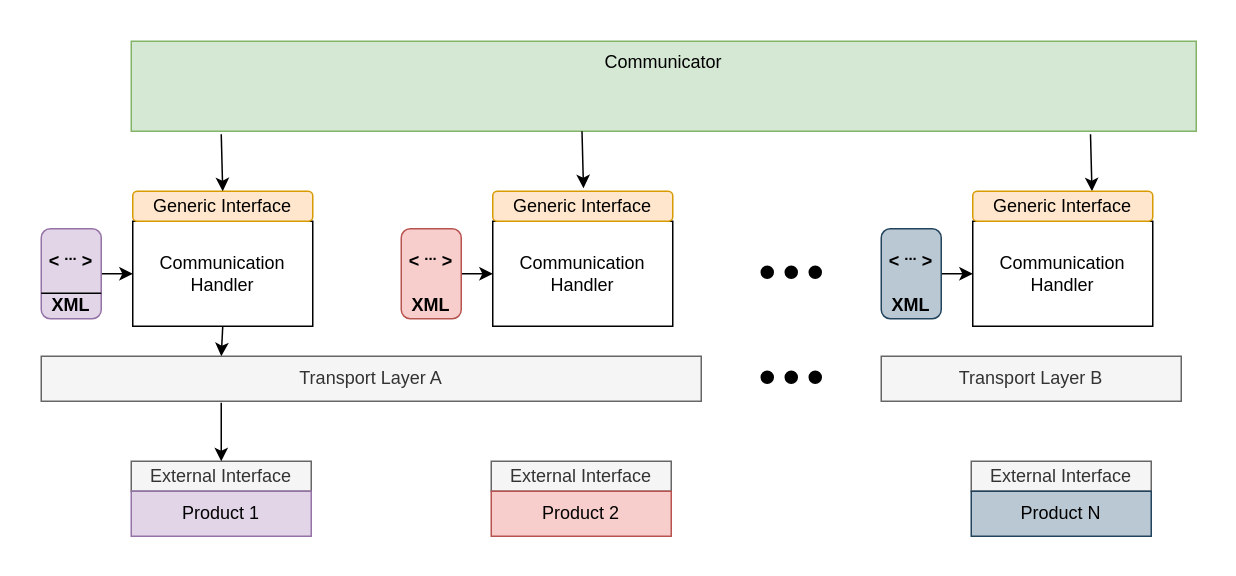
This is SGr-Architecture-Overview.drawio from SmartgridReady/SGrJavaSamples, a draw.io file, before an edit. Source tidied: cells renumbered, new cells numbered last; positions are measured from the earlier drawing's top-left corner, leaving out a move shared by most shapes. Both pictures are drawn from the tidied source at 150%, with x=0, y=0 at pixel (40, 40).
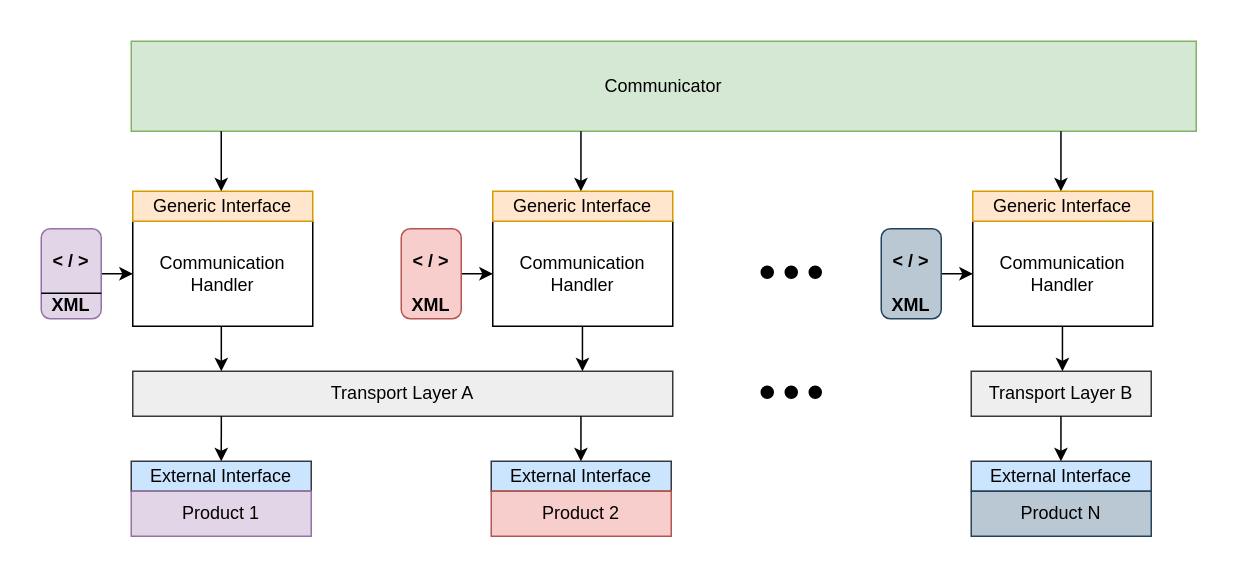
Above is the later version.

Commit message (it also covers changes not shown here):
Readme und Overview

The change refers to these unchanged cells:
```xml
<mxCell id="3" value="Communication Handler&lt;br&gt;" style="rounded=0;whiteSpace=wrap;html=1;" parent="1" vertex="1">
  <mxGeometry x="61" y="120" width="120" height="70" as="geometry" />
</mxCell>
```

What changed in the source:
```diff
@@
+    <mxCell id="37" style="rounded=0;whiteSpace=wrap;html=1;strokeColor=none;" parent="1" vertex="1">
+      <mxGeometry x="-10" y="-10" width="790" height="350" as="geometry" />
+    </mxCell>
-    <mxCell id="2" value="Communicator" style="rounded=0;whiteSpace=wrap;html=1;fillColor=#d5e8d4;strokeColor=#82b366;align=center;verticalAlign=top;" parent="1" vertex="1">
+    <mxCell id="2" value="Communicator" style="rounded=0;whiteSpace=wrap;html=1;fillColor=#d5e8d4;strokeColor=#82b366;align=center;verticalAlign=middle;" parent="1" vertex="1">
       <mxGeometry x="60" width="710" height="60" as="geometry" />
     </mxCell>
@@
-    <mxCell id="4" value="Generic Interface" style="rounded=1;whiteSpace=wrap;html=1;fillColor=#ffe6cc;strokeColor=#d79b00;" parent="1" vertex="1">
+    <mxCell id="4" value="Generic Interface" style="rounded=0;whiteSpace=wrap;html=1;fillColor=#ffe6cc;strokeColor=#d79b00;" parent="1" vertex="1">
       <mxGeometry x="61" y="100" width="120" height="20" as="geometry" />
     </mxCell>
-    <mxCell id="5" value="External Interface" style="rounded=0;whiteSpace=wrap;html=1;fillColor=#f5f5f5;strokeColor=#666666;fontColor=#333333;" parent="1" vertex="1">
+    <mxCell id="5" value="External Interface" style="rounded=0;whiteSpace=wrap;html=1;fillColor=#cce5ff;strokeColor=#36393d;" parent="1" vertex="1">
       <mxGeometry x="60" y="280" width="120" height="20" as="geometry" />
     </mxCell>
-    <mxCell id="6" value="Transport Layer A" style="rounded=0;whiteSpace=wrap;html=1;fillColor=#f5f5f5;strokeColor=#666666;fontColor=#333333;" parent="1" vertex="1">
-      <mxGeometry y="210" width="440" height="30" as="geometry" />
+    <mxCell id="6" value="Transport Layer A" style="rounded=0;whiteSpace=wrap;html=1;fillColor=#eeeeee;strokeColor=#36393d;" parent="1" vertex="1">
+      <mxGeometry x="61" y="220" width="360" height="30" as="geometry" />
     </mxCell>
@@
-    <mxCell id="8" style="endArrow=classic;html=1;entryX=0.5;entryY=0;entryDx=0;entryDy=0;startArrow=none;startFill=0;" parent="1" edge="1" target="4">
+    <mxCell id="8" style="endArrow=classic;html=1;startArrow=none;startFill=0;" parent="1" edge="1">
       <mxGeometry relative="1" as="geometry">
-        <mxPoint x="120" y="62" as="sourcePoint" />
+        <mxPoint x="120" y="60" as="sourcePoint" />
+        <mxPoint x="120" y="100" as="targetPoint" />
       </mxGeometry>
     </mxCell>
-    <mxCell id="9" style="endArrow=classic;startArrow=none;html=1;startFill=0;exitX=0.5;exitY=1;exitDx=0;exitDy=0;" parent="1" edge="1" source="3">
-      <mxGeometry relative="1" as="geometry">
-        <mxPoint x="120" y="210" as="targetPoint" />
-      </mxGeometry>
-    </mxCell>
@@
-    <mxCell id="11" value="Generic Interface" style="rounded=1;whiteSpace=wrap;html=1;fillColor=#ffe6cc;strokeColor=#d79b00;" parent="1" vertex="1">
+    <mxCell id="11" value="Generic Interface" style="rounded=0;whiteSpace=wrap;html=1;fillColor=#ffe6cc;strokeColor=#d79b00;" parent="1" vertex="1">
       <mxGeometry x="301" y="100" width="120" height="20" as="geometry" />
     </mxCell>
-    <mxCell id="12" value="External Interface" style="rounded=0;whiteSpace=wrap;html=1;fillColor=#f5f5f5;strokeColor=#666666;fontColor=#333333;" parent="1" vertex="1">
+    <mxCell id="12" value="External Interface" style="rounded=0;whiteSpace=wrap;html=1;fillColor=#cce5ff;strokeColor=#36393d;" parent="1" vertex="1">
       <mxGeometry x="300" y="280" width="120" height="20" as="geometry" />
     </mxCell>
@@
-    <mxCell id="14" style="endArrow=classic;html=1;entryX=0.5;entryY=0;entryDx=0;entryDy=0;startArrow=none;startFill=0;" parent="1" edge="1">
-      <mxGeometry relative="1" as="geometry">
-        <mxPoint x="360.5" y="60" as="sourcePoint" />
-        <mxPoint x="361.5" y="98" as="targetPoint" />
-      </mxGeometry>
-    </mxCell>
-    <mxCell id="15" style="endArrow=classic;html=1;entryX=0.5;entryY=0;entryDx=0;entryDy=0;startArrow=none;startFill=0;" parent="1" edge="1">
-      <mxGeometry relative="1" as="geometry">
-        <mxPoint x="699.5" y="62" as="sourcePoint" />
-        <mxPoint x="700.5" y="100" as="targetPoint" />
-      </mxGeometry>
-    </mxCell>
-    <mxCell id="16" style="endArrow=classic;startArrow=none;html=1;startFill=0;entryX=0.5;entryY=0;entryDx=0;entryDy=0;" parent="1" edge="1" target="5">
-      <mxGeometry relative="1" as="geometry">
-        <mxPoint x="120" y="241" as="sourcePoint" />
-      </mxGeometry>
-    </mxCell>
@@
-    <mxCell id="18" value="&amp;lt; &lt;sup&gt;...&lt;/sup&gt;&amp;nbsp;&amp;gt;&lt;br&gt;&lt;br&gt;XML" style="rounded=1;whiteSpace=wrap;html=1;align=center;fontStyle=1;verticalAlign=bottom;fillColor=#e1d5e7;strokeColor=#9673a6;" parent="1" vertex="1">
+    <mxCell id="18" value="&amp;lt; /&amp;nbsp;&amp;gt;&lt;br&gt;&lt;br&gt;XML" style="rounded=1;whiteSpace=wrap;html=1;align=center;fontStyle=1;verticalAlign=bottom;fillColor=#e1d5e7;strokeColor=#9673a6;" parent="1" vertex="1">
       <mxGeometry y="125" width="40" height="60" as="geometry" />
     </mxCell>
@@
-    <mxCell id="21" value="&amp;lt; &lt;sup&gt;...&lt;/sup&gt;&amp;nbsp;&amp;gt;&lt;br&gt;&lt;br&gt;XML" style="rounded=1;whiteSpace=wrap;html=1;align=center;fontStyle=1;verticalAlign=bottom;fillColor=#f8cecc;strokeColor=#b85450;" parent="1" vertex="1">
+    <mxCell id="21" value="&amp;lt; /&amp;nbsp;&amp;gt;&lt;br&gt;&lt;br&gt;XML" style="rounded=1;whiteSpace=wrap;html=1;align=center;fontStyle=1;verticalAlign=bottom;fillColor=#f8cecc;strokeColor=#b85450;" parent="1" vertex="1">
       <mxGeometry x="240" y="125" width="40" height="60" as="geometry" />
     </mxCell>
@@
-    <mxCell id="23" value="Generic Interface" style="rounded=1;whiteSpace=wrap;html=1;fillColor=#ffe6cc;strokeColor=#d79b00;" parent="1" vertex="1">
+    <mxCell id="23" value="Generic Interface" style="rounded=0;whiteSpace=wrap;html=1;fillColor=#ffe6cc;strokeColor=#d79b00;" parent="1" vertex="1">
       <mxGeometry x="621" y="100" width="120" height="20" as="geometry" />
     </mxCell>
-    <mxCell id="24" value="External Interface" style="rounded=0;whiteSpace=wrap;html=1;fillColor=#f5f5f5;strokeColor=#666666;fontColor=#333333;" parent="1" vertex="1">
+    <mxCell id="24" value="External Interface" style="rounded=0;whiteSpace=wrap;html=1;fillColor=#cce5ff;strokeColor=#36393d;" parent="1" vertex="1">
       <mxGeometry x="620" y="280" width="120" height="20" as="geometry" />
     </mxCell>
@@
-    <mxCell id="27" value="&amp;lt; &lt;sup&gt;...&lt;/sup&gt;&amp;nbsp;&amp;gt;&lt;br&gt;&lt;br&gt;XML" style="rounded=1;whiteSpace=wrap;html=1;align=center;fontStyle=1;verticalAlign=bottom;fillColor=#bac8d3;strokeColor=#23445d;" parent="1" vertex="1">
+    <mxCell id="27" value="&amp;lt; /&amp;nbsp;&amp;gt;&lt;br&gt;&lt;br&gt;XML" style="rounded=1;whiteSpace=wrap;html=1;align=center;fontStyle=1;verticalAlign=bottom;fillColor=#bac8d3;strokeColor=#23445d;" parent="1" vertex="1">
       <mxGeometry x="560" y="125" width="40" height="60" as="geometry" />
     </mxCell>
-    <mxCell id="28" value="Transport Layer B" style="rounded=0;whiteSpace=wrap;html=1;fillColor=#f5f5f5;strokeColor=#666666;fontColor=#333333;" parent="1" vertex="1">
-      <mxGeometry x="560" y="210" width="200" height="30" as="geometry" />
+    <mxCell id="28" value="Transport Layer B" style="rounded=0;whiteSpace=wrap;html=1;fillColor=#eeeeee;strokeColor=#36393d;" parent="1" vertex="1">
+      <mxGeometry x="620" y="220" width="120" height="30" as="geometry" />
     </mxCell>
     <mxCell id="29" style="group;" parent="1" vertex="1">
-      <mxGeometry x="480" y="220" width="40" height="10" as="geometry" />
+      <mxGeometry x="480" y="230" width="40" height="10" as="geometry" />
     </mxCell>
@@
+    <mxCell id="38" style="endArrow=classic;html=1;startArrow=none;startFill=0;" parent="1" edge="1">
+      <mxGeometry relative="1" as="geometry">
+        <mxPoint x="359.8" y="60" as="sourcePoint" />
+        <mxPoint x="359.8" y="100" as="targetPoint" />
+      </mxGeometry>
+    </mxCell>
+    <mxCell id="39" style="endArrow=classic;html=1;startArrow=none;startFill=0;" parent="1" edge="1">
+      <mxGeometry relative="1" as="geometry">
+        <mxPoint x="679.8" y="60" as="sourcePoint" />
+        <mxPoint x="679.8" y="100" as="targetPoint" />
+      </mxGeometry>
+    </mxCell>
+    <mxCell id="40" style="endArrow=classic;html=1;startArrow=none;startFill=0;exitX=0.492;exitY=1;exitDx=0;exitDy=0;exitPerimeter=0;entryX=0.164;entryY=0;entryDx=0;entryDy=0;entryPerimeter=0;" parent="1" edge="1" source="3" target="6">
+      <mxGeometry relative="1" as="geometry" />
+    </mxCell>
+    <mxCell id="41" style="endArrow=classic;html=1;startArrow=none;startFill=0;exitX=0.164;exitY=1;exitDx=0;exitDy=0;exitPerimeter=0;entryX=0.5;entryY=0;entryDx=0;entryDy=0;" parent="1" edge="1" source="6" target="5">
+      <mxGeometry relative="1" as="geometry" />
+    </mxCell>
+    <mxCell id="42" style="endArrow=classic;html=1;startArrow=none;startFill=0;exitX=0.492;exitY=1;exitDx=0;exitDy=0;exitPerimeter=0;entryX=0.164;entryY=0;entryDx=0;entryDy=0;entryPerimeter=0;" parent="1" edge="1">
+      <mxGeometry relative="1" as="geometry">
+        <mxPoint x="360.8" y="190" as="sourcePoint" />
+        <mxPoint x="360.8" y="220" as="targetPoint" />
+      </mxGeometry>
+    </mxCell>
+    <mxCell id="43" style="endArrow=classic;html=1;startArrow=none;startFill=0;exitX=0.492;exitY=1;exitDx=0;exitDy=0;exitPerimeter=0;entryX=0.164;entryY=0;entryDx=0;entryDy=0;entryPerimeter=0;" parent="1" edge="1">
+      <mxGeometry relative="1" as="geometry">
+        <mxPoint x="359.8" y="250" as="sourcePoint" />
+        <mxPoint x="359.8" y="280" as="targetPoint" />
+      </mxGeometry>
+    </mxCell>
+    <mxCell id="44" style="endArrow=classic;html=1;startArrow=none;startFill=0;exitX=0.492;exitY=1;exitDx=0;exitDy=0;exitPerimeter=0;entryX=0.164;entryY=0;entryDx=0;entryDy=0;entryPerimeter=0;" parent="1" edge="1">
+      <mxGeometry relative="1" as="geometry">
+        <mxPoint x="680.8" y="190" as="sourcePoint" />
+        <mxPoint x="680.8" y="220" as="targetPoint" />
+      </mxGeometry>
+    </mxCell>
+    <mxCell id="45" style="endArrow=classic;html=1;startArrow=none;startFill=0;exitX=0.492;exitY=1;exitDx=0;exitDy=0;exitPerimeter=0;entryX=0.164;entryY=0;entryDx=0;entryDy=0;entryPerimeter=0;" parent="1" edge="1">
+      <mxGeometry relative="1" as="geometry">
+        <mxPoint x="679.8" y="250" as="sourcePoint" />
+        <mxPoint x="679.8" y="280" as="targetPoint" />
+      </mxGeometry>
+    </mxCell>
```
